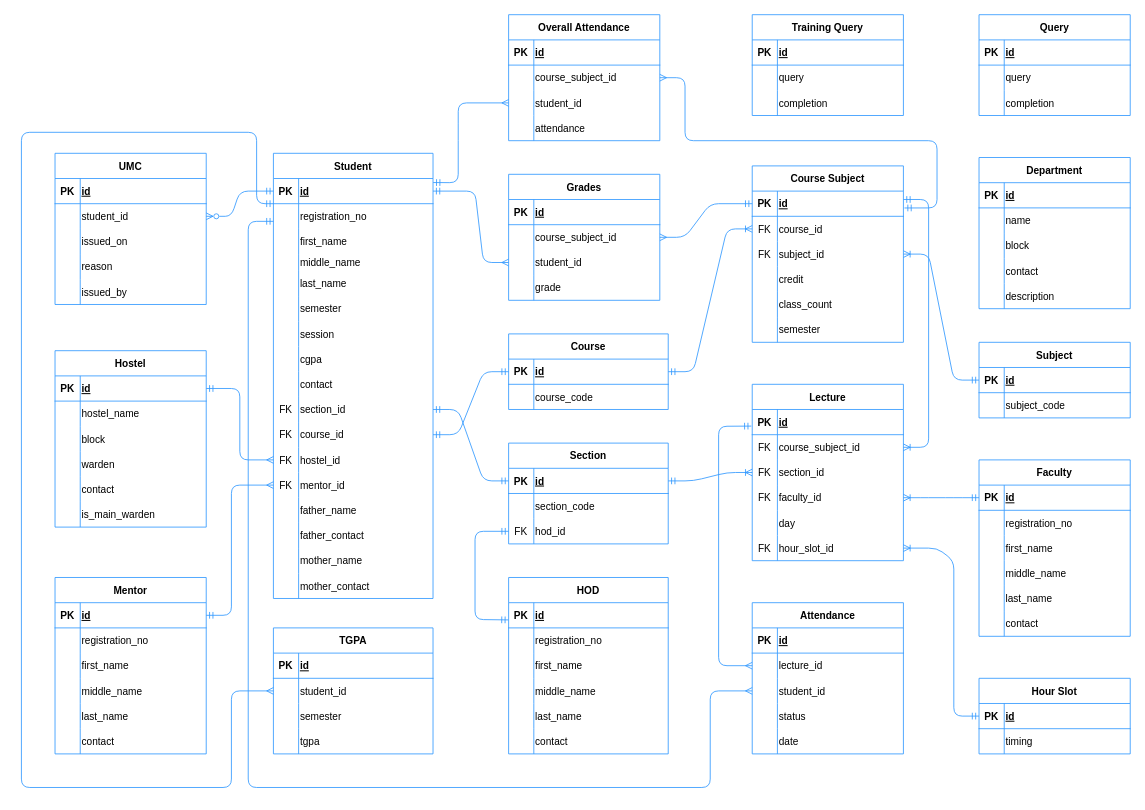
This is whiteboard/database-design.drawio from suyash-purwar/ayra, a draw.io file, before an edit. Source tidied: cells renumbered, new cells numbered last; positions are measured from the earlier drawing's top-left corner, leaving out a move shared by most shapes. Both pictures are drawn from the tidied source at 84%, with x=0, y=0 at pixel (21, 14).
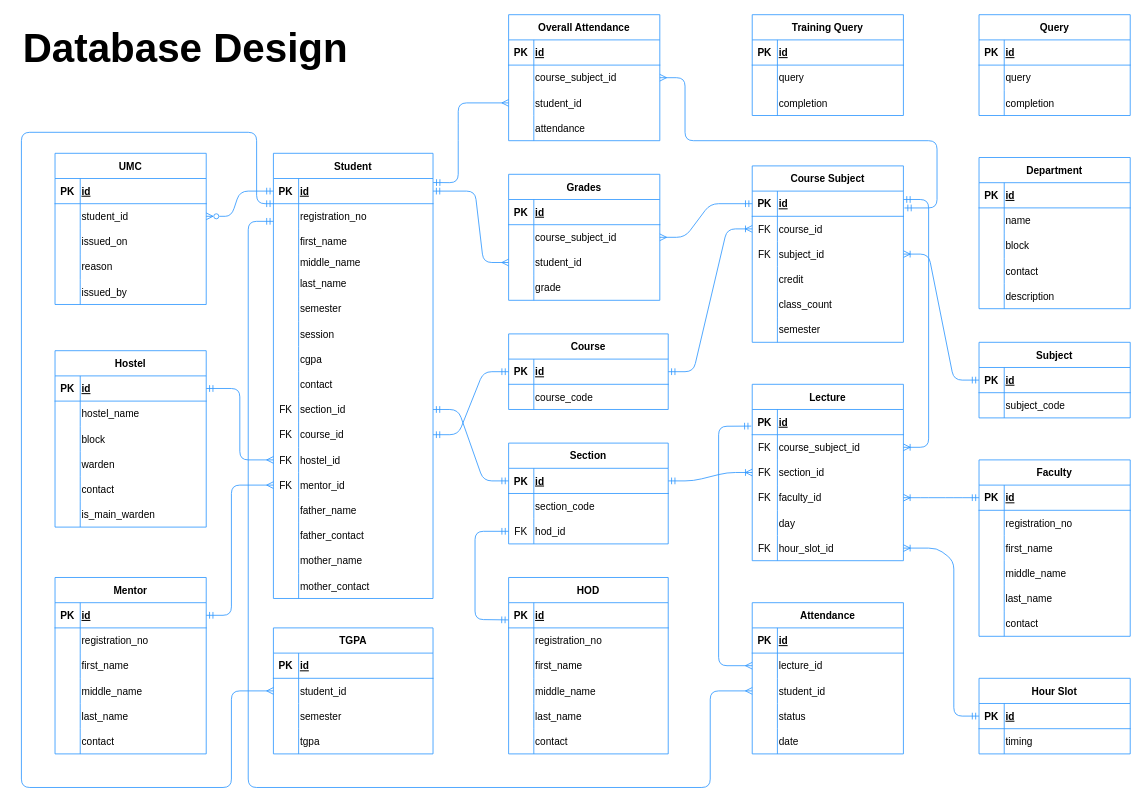
After the change.

Commit message (it also covers changes not shown here):
docs: add headings in drawio diagrams

What changed in the source:
```diff
@@
+    <mxCell id="331" value="&lt;font style=&quot;font-size: 48px;&quot;&gt;&lt;b style=&quot;&quot;&gt;Database Design&lt;/b&gt;&lt;/font&gt;" style="text;html=1;strokeColor=none;fillColor=none;align=left;verticalAlign=middle;whiteSpace=wrap;rounded=0;" parent="1" vertex="1">
+      <mxGeometry width="430" height="80" as="geometry" />
+    </mxCell>
```
